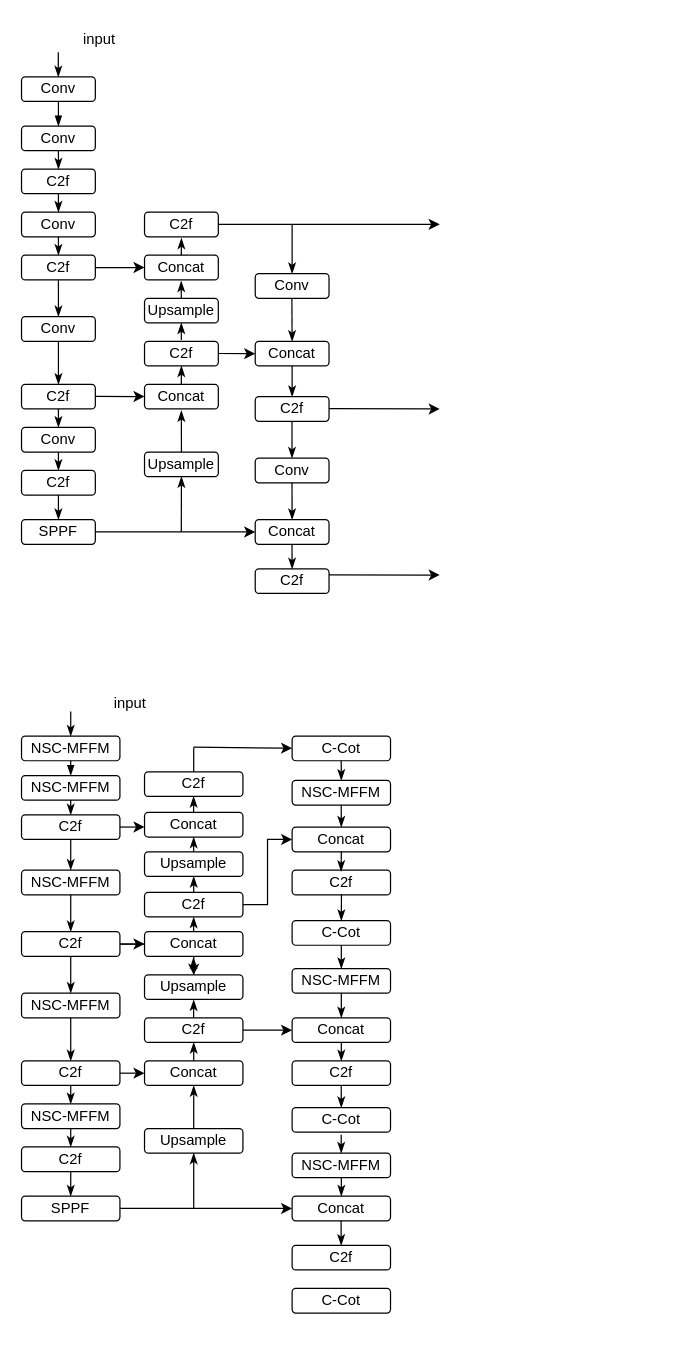
The draw.io diagram nscot_yolo.drawio in recluse99/tcp_ip, before the edit. Source tidied: cells renumbered, new cells numbered last; positions are measured from the earlier drawing's top-left corner, leaving out a move shared by most shapes. Both pictures are drawn from the tidied source at 123%, with x=0, y=0 at pixel (21, 21).
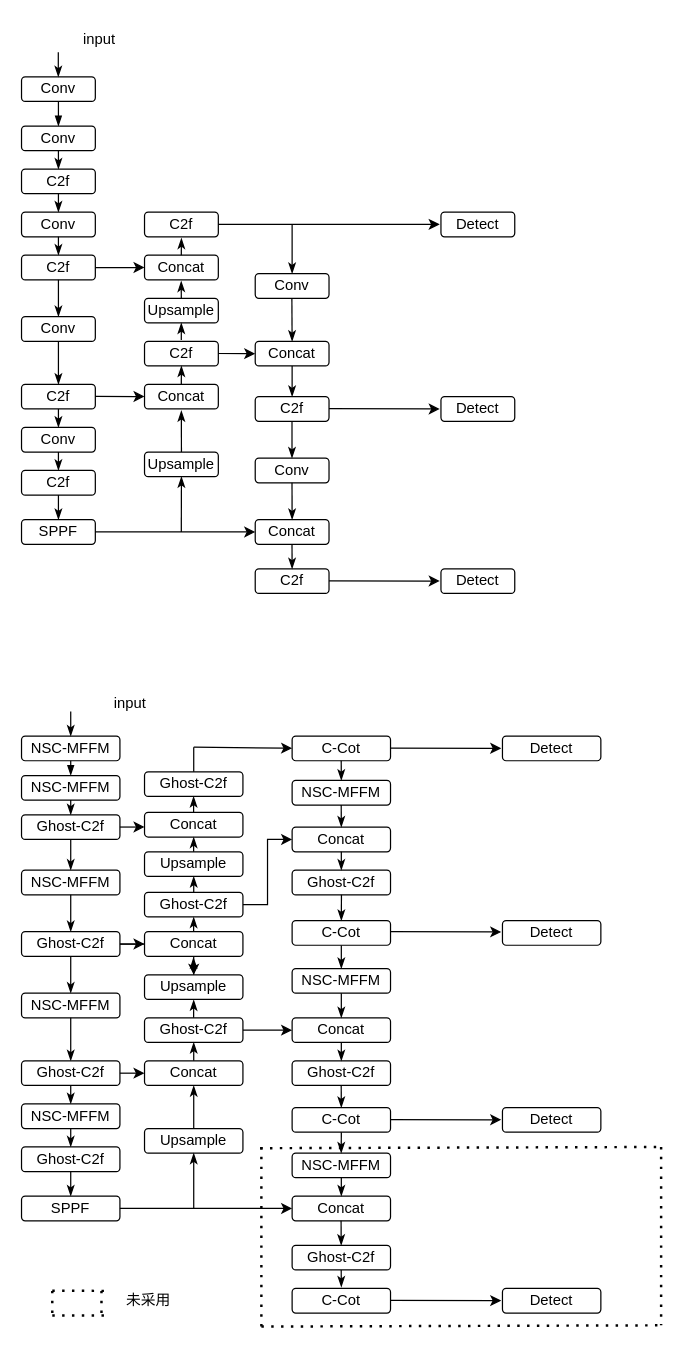
The same diagram, later.

The change refers to these unchanged cells:
```xml
<mxCell id="114" value="Concat" style="rounded=1;whiteSpace=wrap;html=1;" parent="1" vertex="1">
  <mxGeometry x="220" y="655" width="80" height="20" as="geometry" />
</mxCell>
<mxCell id="116" value="C-Cot" style="rounded=1;whiteSpace=wrap;html=1;" parent="1" vertex="1">
  <mxGeometry x="220" y="883" width="80" height="20" as="geometry" />
</mxCell>
```

Diff of the diagram source:
```diff
@@
     <mxCell id="43" style="endArrow=classic;html=1;rounded=0;" parent="1" edge="1">
       <mxGeometry relative="1" as="geometry">
-        <mxPoint x="250" y="449.8" as="sourcePoint" />
-        <mxPoint x="340" y="450" as="targetPoint" />
+        <mxPoint x="250" y="454.7" as="sourcePoint" />
+        <mxPoint x="340" y="454.9" as="targetPoint" />
       </mxGeometry>
     </mxCell>
@@
-    <mxCell id="58" value="C2f" style="rounded=1;whiteSpace=wrap;html=1;" parent="1" vertex="1">
+    <mxCell id="58" value="Ghost-C2f" style="rounded=1;whiteSpace=wrap;html=1;" parent="1" vertex="1">
       <mxGeometry y="645" width="80" height="20" as="geometry" />
     </mxCell>
@@
-    <mxCell id="65" value="C2f" style="rounded=1;whiteSpace=wrap;html=1;" parent="1" vertex="1">
+    <mxCell id="65" value="Ghost-C2f" style="rounded=1;whiteSpace=wrap;html=1;" parent="1" vertex="1">
       <mxGeometry y="740" width="80" height="20" as="geometry" />
     </mxCell>
@@
-    <mxCell id="69" value="C2f" style="rounded=1;whiteSpace=wrap;html=1;" parent="1" vertex="1">
+    <mxCell id="69" value="Ghost-C2f" style="rounded=1;whiteSpace=wrap;html=1;" parent="1" vertex="1">
       <mxGeometry y="845" width="80" height="20" as="geometry" />
     </mxCell>
@@
-    <mxCell id="73" value="C2f" style="rounded=1;whiteSpace=wrap;html=1;" parent="1" vertex="1">
+    <mxCell id="73" value="Ghost-C2f" style="rounded=1;whiteSpace=wrap;html=1;" parent="1" vertex="1">
       <mxGeometry y="915" width="80" height="20" as="geometry" />
     </mxCell>
@@
-    <mxCell id="80" value="C2f" style="rounded=1;whiteSpace=wrap;html=1;" parent="1" vertex="1">
+    <mxCell id="80" value="Ghost-C2f" style="rounded=1;whiteSpace=wrap;html=1;" parent="1" vertex="1">
       <mxGeometry x="100" y="708" width="80" height="20" as="geometry" />
     </mxCell>
@@
-    <mxCell id="82" value="C2f" style="rounded=1;whiteSpace=wrap;html=1;" parent="1" vertex="1">
+    <mxCell id="82" value="Ghost-C2f" style="rounded=1;whiteSpace=wrap;html=1;" parent="1" vertex="1">
       <mxGeometry x="100" y="810" width="80" height="20" as="geometry" />
     </mxCell>
@@
-    <mxCell id="87" value="C2f" style="rounded=1;whiteSpace=wrap;html=1;" parent="1" vertex="1">
+    <mxCell id="87" value="Ghost-C2f" style="rounded=1;whiteSpace=wrap;html=1;" parent="1" vertex="1">
       <mxGeometry x="220" y="845" width="80" height="20" as="geometry" />
     </mxCell>
@@
-    <mxCell id="90" value="C2f" style="rounded=1;whiteSpace=wrap;html=1;" parent="1" vertex="1">
+    <mxCell id="90" value="Ghost-C2f" style="rounded=1;whiteSpace=wrap;html=1;" parent="1" vertex="1">
       <mxGeometry x="220" y="995" width="80" height="20" as="geometry" />
     </mxCell>
@@
-    <mxCell id="110" value="C2f" style="rounded=1;whiteSpace=wrap;html=1;" parent="1" vertex="1">
+    <mxCell id="110" value="Ghost-C2f" style="rounded=1;whiteSpace=wrap;html=1;" parent="1" vertex="1">
       <mxGeometry x="100" y="610" width="80" height="20" as="geometry" />
     </mxCell>
@@
-    <mxCell id="115" value="C2f" style="rounded=1;whiteSpace=wrap;html=1;" parent="1" vertex="1">
+    <mxCell id="115" value="Ghost-C2f" style="rounded=1;whiteSpace=wrap;html=1;" parent="1" vertex="1">
       <mxGeometry x="220" y="690" width="80" height="20" as="geometry" />
     </mxCell>
@@
-    <mxCell id="121" style="endArrow=classicThin;html=1;rounded=0;endFill=1;exitX=0.5;exitY=1;exitDx=0;exitDy=0;entryX=0.5;entryY=0;entryDx=0;entryDy=0;" parent="1" edge="1">
+    <mxCell id="121" style="endArrow=classicThin;html=1;rounded=0;endFill=1;exitX=0.5;exitY=1;exitDx=0;exitDy=0;entryX=0.5;entryY=0;entryDx=0;entryDy=0;" parent="1" edge="1" source="116">
       <mxGeometry relative="1" as="geometry">
-        <mxPoint x="259.9" y="905" as="sourcePoint" />
         <mxPoint x="259.9" y="920" as="targetPoint" />
       </mxGeometry>
     </mxCell>
-    <mxCell id="122" style="endArrow=classicThin;html=1;rounded=0;endFill=1;entryX=0.5;entryY=0;entryDx=0;entryDy=0;exitX=0.5;exitY=1;exitDx=0;exitDy=0;" parent="1" edge="1" source="114">
-      <mxGeometry relative="1" as="geometry">
-        <mxPoint x="259.8" y="691" as="targetPoint" />
-      </mxGeometry>
+    <mxCell id="122" style="endArrow=classicThin;html=1;rounded=0;endFill=1;entryX=0.5;entryY=0;entryDx=0;entryDy=0;exitX=0.5;exitY=1;exitDx=0;exitDy=0;" parent="1" edge="1" source="114" target="115">
+      <mxGeometry relative="1" as="geometry" />
     </mxCell>
@@
+    <mxCell id="126" style="endArrow=classicThin;html=1;rounded=0;endFill=1;exitX=0.5;exitY=0;exitDx=0;exitDy=0;" parent="1" edge="1">
+      <mxGeometry relative="1" as="geometry">
+        <mxPoint x="259.9" y="1015" as="sourcePoint" />
+        <mxPoint x="260" y="1029" as="targetPoint" />
+      </mxGeometry>
+    </mxCell>
+    <mxCell id="127" style="endArrow=classic;html=1;rounded=0;" parent="1" edge="1">
+      <mxGeometry relative="1" as="geometry">
+        <mxPoint x="300" y="590.7" as="sourcePoint" />
+        <mxPoint x="390" y="590.9" as="targetPoint" />
+      </mxGeometry>
+    </mxCell>
+    <mxCell id="128" style="endArrow=classic;html=1;rounded=0;" parent="1" edge="1">
+      <mxGeometry relative="1" as="geometry">
+        <mxPoint x="300" y="740" as="sourcePoint" />
+        <mxPoint x="390" y="740.2" as="targetPoint" />
+      </mxGeometry>
+    </mxCell>
+    <mxCell id="129" style="endArrow=classic;html=1;rounded=0;" parent="1" edge="1">
+      <mxGeometry relative="1" as="geometry">
+        <mxPoint x="300" y="892.7" as="sourcePoint" />
+        <mxPoint x="390" y="892.9" as="targetPoint" />
+      </mxGeometry>
+    </mxCell>
+    <mxCell id="130" style="endArrow=classic;html=1;rounded=0;" parent="1" edge="1">
+      <mxGeometry relative="1" as="geometry">
+        <mxPoint x="300" y="1039.7" as="sourcePoint" />
+        <mxPoint x="390" y="1039.9" as="targetPoint" />
+      </mxGeometry>
+    </mxCell>
+    <mxCell id="131" value="Detect" style="rounded=1;whiteSpace=wrap;html=1;" parent="1" vertex="1">
+      <mxGeometry x="341" y="155" width="60" height="20" as="geometry" />
+    </mxCell>
+    <mxCell id="132" value="Detect" style="rounded=1;whiteSpace=wrap;html=1;" parent="1" vertex="1">
+      <mxGeometry x="341" y="305" width="60" height="20" as="geometry" />
+    </mxCell>
+    <mxCell id="133" value="Detect" style="rounded=1;whiteSpace=wrap;html=1;" parent="1" vertex="1">
+      <mxGeometry x="341" y="445" width="60" height="20" as="geometry" />
+    </mxCell>
+    <mxCell id="134" value="Detect" style="rounded=1;whiteSpace=wrap;html=1;" parent="1" vertex="1">
+      <mxGeometry x="391" y="731" width="80" height="20" as="geometry" />
+    </mxCell>
+    <mxCell id="135" value="Detect" style="rounded=1;whiteSpace=wrap;html=1;" parent="1" vertex="1">
+      <mxGeometry x="391" y="581" width="80" height="20" as="geometry" />
+    </mxCell>
+    <mxCell id="136" value="Detect" style="rounded=1;whiteSpace=wrap;html=1;" parent="1" vertex="1">
+      <mxGeometry x="391" y="883" width="80" height="20" as="geometry" />
+    </mxCell>
+    <mxCell id="137" value="Detect" style="rounded=1;whiteSpace=wrap;html=1;" parent="1" vertex="1">
+      <mxGeometry x="391" y="1030" width="80" height="20" as="geometry" />
+    </mxCell>
+    <mxCell id="138" style="endArrow=none;dashed=1;html=1;dashPattern=1 3;strokeWidth=2;rounded=0;" parent="1" edge="1">
+      <mxGeometry relative="1" as="geometry">
+        <mxPoint x="194" y="916" as="sourcePoint" />
+        <mxPoint x="520" y="915" as="targetPoint" />
+      </mxGeometry>
+    </mxCell>
+    <mxCell id="139" style="endArrow=none;dashed=1;html=1;dashPattern=1 3;strokeWidth=2;rounded=0;" parent="1" edge="1">
+      <mxGeometry relative="1" as="geometry">
+        <mxPoint x="195" y="915" as="sourcePoint" />
+        <mxPoint x="195" y="1065" as="targetPoint" />
+      </mxGeometry>
+    </mxCell>
+    <mxCell id="140" style="endArrow=none;dashed=1;html=1;dashPattern=1 3;strokeWidth=2;rounded=0;" parent="1" edge="1">
+      <mxGeometry relative="1" as="geometry">
+        <mxPoint x="195" y="1061" as="sourcePoint" />
+        <mxPoint x="521" y="1060" as="targetPoint" />
+      </mxGeometry>
+    </mxCell>
+    <mxCell id="141" style="endArrow=none;dashed=1;html=1;dashPattern=1 3;strokeWidth=2;rounded=0;" parent="1" edge="1">
+      <mxGeometry relative="1" as="geometry">
+        <mxPoint x="520" y="915" as="sourcePoint" />
+        <mxPoint x="520" y="1060" as="targetPoint" />
+      </mxGeometry>
+    </mxCell>
+    <mxCell id="142" style="endArrow=none;dashed=1;html=1;dashPattern=1 3;strokeWidth=2;rounded=0;" parent="1" edge="1">
+      <mxGeometry relative="1" as="geometry">
+        <mxPoint x="25" y="1031.9" as="sourcePoint" />
+        <mxPoint x="70" y="1032" as="targetPoint" />
+      </mxGeometry>
+    </mxCell>
+    <mxCell id="143" style="endArrow=none;dashed=1;html=1;dashPattern=1 3;strokeWidth=2;rounded=0;" parent="1" edge="1">
+      <mxGeometry relative="1" as="geometry">
+        <mxPoint x="25" y="1032" as="sourcePoint" />
+        <mxPoint x="25" y="1052" as="targetPoint" />
+      </mxGeometry>
+    </mxCell>
+    <mxCell id="144" style="endArrow=none;dashed=1;html=1;dashPattern=1 3;strokeWidth=2;rounded=0;" parent="1" edge="1">
+      <mxGeometry relative="1" as="geometry">
+        <mxPoint x="25" y="1052" as="sourcePoint" />
+        <mxPoint x="70" y="1052" as="targetPoint" />
+      </mxGeometry>
+    </mxCell>
+    <mxCell id="145" style="endArrow=none;dashed=1;html=1;dashPattern=1 3;strokeWidth=2;rounded=0;" parent="1" edge="1">
+      <mxGeometry relative="1" as="geometry">
+        <mxPoint x="65" y="1032" as="sourcePoint" />
+        <mxPoint x="65" y="1052" as="targetPoint" />
+      </mxGeometry>
+    </mxCell>
+    <mxCell id="146" value="未采用" style="text;html=1;align=center;verticalAlign=middle;strokeColor=none;fillColor=none;" parent="1" vertex="1">
+      <mxGeometry x="75" y="1025" width="55" height="30" as="geometry" />
+    </mxCell>
```
